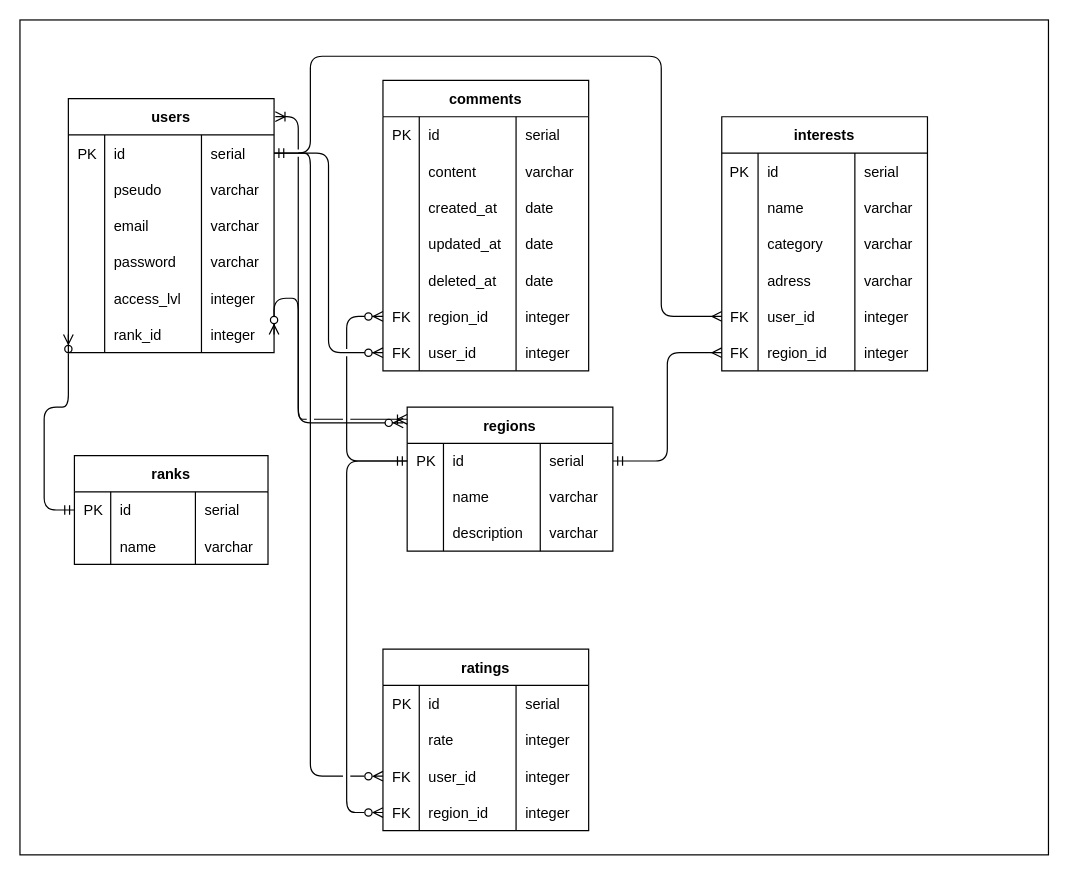
Above: conception/ERD.drawio in kevinbatard/japan_back (draw.io), before the change. Source tidied: cells renumbered, new cells numbered last; positions are measured from the earlier drawing's top-left corner, leaving out a move shared by most shapes. Both pictures are drawn from the tidied source at 121%, with x=0, y=0 at pixel (19, 19).
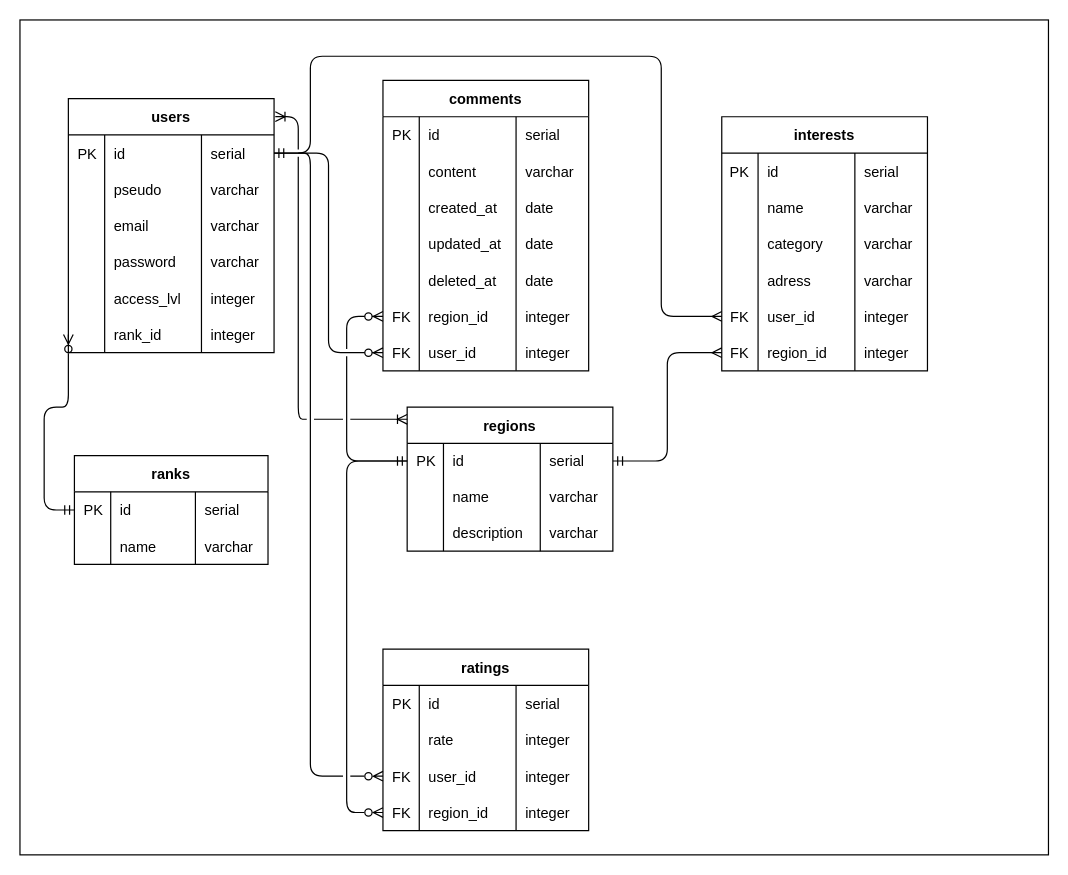
After the change.

The change refers to these unchanged cells:
```xml
<mxCell id="28" value="regions" style="shape=table;startSize=30;childLayout=tableLayout;rowLines=0;fontStyle=1;align=center;" parent="1" vertex="1">
  <mxGeometry x="320" y="320" width="170" height="119" as="geometry" />
</mxCell>
```

Diff of the diagram source:
```diff
@@
-    <mxCell id="126" style="edgeStyle=orthogonalEdgeStyle;fontSize=12;html=1;endArrow=ERzeroToMany;endFill=1;startArrow=ERzeroToMany;entryX=-0.019;entryY=0.109;entryDx=0;entryDy=0;entryPerimeter=0;exitX=1;exitY=0.5;exitDx=0;exitDy=0;" parent="1" edge="1" target="28">
-      <mxGeometry relative="1" as="geometry">
-        <mxPoint x="210" y="260" as="sourcePoint" />
-        <Array as="points">
-          <mxPoint x="230" y="230" />
-          <mxPoint x="230" y="333" />
-        </Array>
-      </mxGeometry>
-    </mxCell>
```
